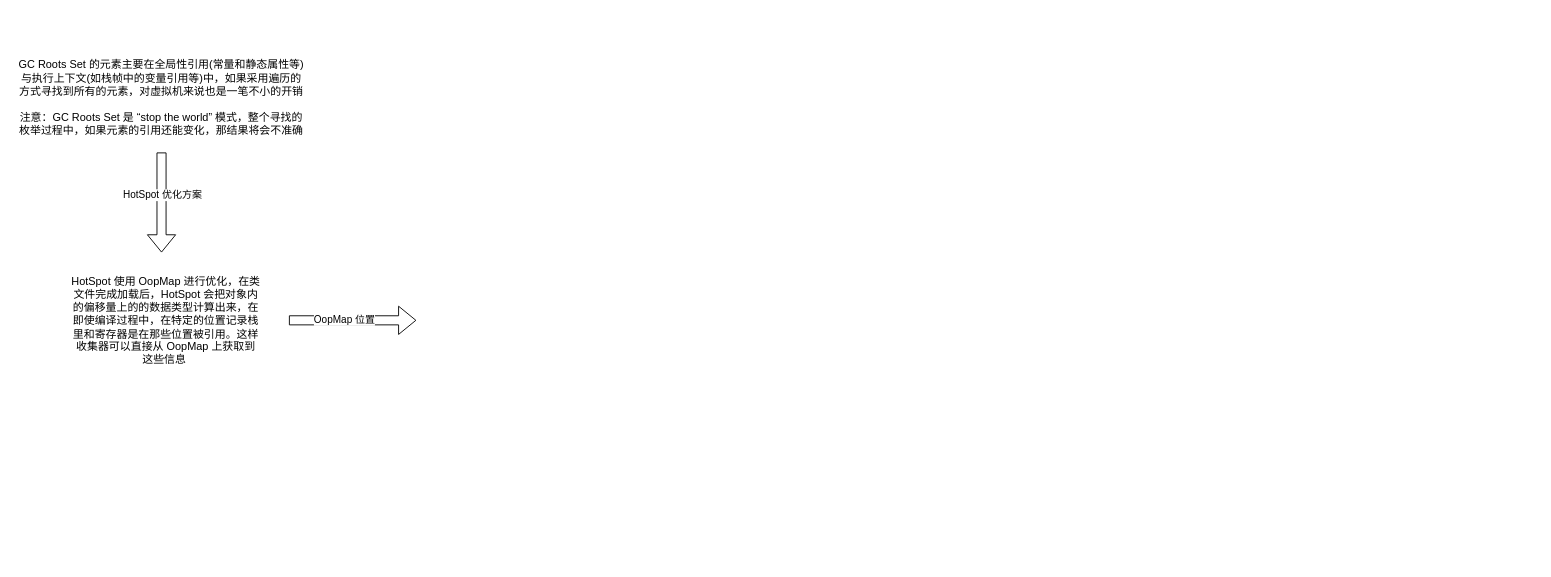
Earlier version of the draw.io diagram page "HotSpot" (3 of 3) of Java/JVM.drawio (wubinglong9716/NoteBook). Source tidied: cells renumbered, new cells numbered last; positions are measured from the earlier drawing's top-left corner, leaving out a move shared by most shapes. Both pictures are drawn from the tidied source at 91%, with x=0, y=0 at pixel (15, 52).
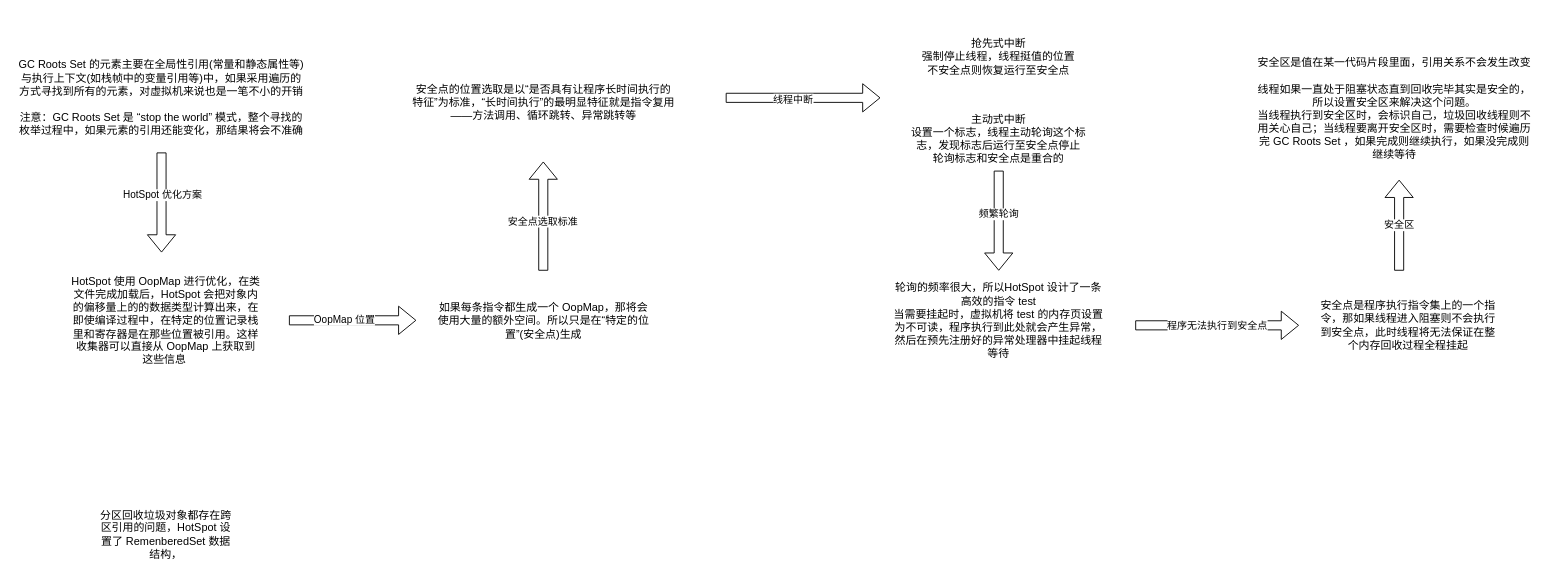
After the change.

Diff of the diagram source:
```diff
@@
+    <mxCell id="8" value="如果每条指令都生成一个 OopMap，那将会使用大量的额外空间。所以只是在“特定的位置”(安全点)生成" style="text;html=1;strokeColor=none;fillColor=none;align=center;verticalAlign=middle;whiteSpace=wrap;rounded=0;" parent="1" vertex="1">
+      <mxGeometry x="460" y="240" width="240" height="110" as="geometry" />
+    </mxCell>
+    <mxCell id="9" style="shape=flexArrow;endArrow=classic;html=1;" parent="1" edge="1">
+      <mxGeometry relative="1" as="geometry">
+        <mxPoint x="579.5" y="240" as="sourcePoint" />
+        <mxPoint x="579.5" y="120" as="targetPoint" />
+      </mxGeometry>
+    </mxCell>
+    <mxCell id="10" value="安全点选取标准" style="edgeLabel;html=1;align=center;verticalAlign=middle;" parent="9" vertex="1">
+      <mxGeometry x="-0.08" y="-1" relative="1" as="geometry">
+        <mxPoint x="-2" as="offset" />
+      </mxGeometry>
+    </mxCell>
+    <mxCell id="11" value="安全点的位置选取是以“是否具有让程序长时间执行的特征”为标准，“长时间执行”的最明显特征就是指令复用——方法调用、循环跳转、异常跳转等" style="text;html=1;strokeColor=none;fillColor=none;align=center;verticalAlign=middle;whiteSpace=wrap;rounded=0;" parent="1" vertex="1">
+      <mxGeometry x="435" y="10" width="290" height="90" as="geometry" />
+    </mxCell>
+    <mxCell id="12" style="shape=flexArrow;endArrow=classic;html=1;" parent="1" edge="1">
+      <mxGeometry relative="1" as="geometry">
+        <mxPoint x="780" y="50" as="sourcePoint" />
+        <mxPoint x="950" y="50" as="targetPoint" />
+      </mxGeometry>
+    </mxCell>
+    <mxCell id="13" value="线程中断" style="edgeLabel;html=1;align=center;verticalAlign=middle;" parent="12" vertex="1">
+      <mxGeometry x="-0.14" y="-1" relative="1" as="geometry" />
+    </mxCell>
+    <mxCell id="14" value="抢先式中断&lt;br&gt;强制停止线程，线程挺值的位置不安全点则恢复运行至安全点" style="text;html=1;strokeColor=none;fillColor=none;align=center;verticalAlign=middle;whiteSpace=wrap;rounded=0;" parent="1" vertex="1">
+      <mxGeometry x="990" y="-40" width="180" height="90" as="geometry" />
+    </mxCell>
+    <mxCell id="15" value="主动式中断&lt;br&gt;设置一个标志，线程主动轮询这个标志，发现标志后运行至安全点停止&lt;br&gt;轮询标志和安全点是重合的" style="text;html=1;strokeColor=none;fillColor=none;align=center;verticalAlign=middle;whiteSpace=wrap;rounded=0;" parent="1" vertex="1">
+      <mxGeometry x="980" y="70" width="200" height="50" as="geometry" />
+    </mxCell>
+    <mxCell id="16" style="shape=flexArrow;endArrow=classic;html=1;" parent="1" edge="1">
+      <mxGeometry relative="1" as="geometry">
+        <mxPoint x="1080" y="130" as="sourcePoint" />
+        <mxPoint x="1080" y="240" as="targetPoint" />
+      </mxGeometry>
+    </mxCell>
+    <mxCell id="17" value="频繁轮询" style="edgeLabel;html=1;align=center;verticalAlign=middle;" parent="16" vertex="1">
+      <mxGeometry x="-0.15" y="-2" relative="1" as="geometry">
+        <mxPoint x="1" as="offset" />
+      </mxGeometry>
+    </mxCell>
+    <mxCell id="18" value="轮询的频率很大，所以HotSpot 设计了一条高效的指令 test&lt;br&gt;当需要挂起时，虚拟机将 test 的内存页设置为不可读，程序执行到此处就会产生异常，然后在预先注册好的异常处理器中挂起线程等待" style="text;html=1;strokeColor=none;fillColor=none;align=center;verticalAlign=middle;whiteSpace=wrap;rounded=0;" parent="1" vertex="1">
+      <mxGeometry x="960" y="255" width="240" height="80" as="geometry" />
+    </mxCell>
+    <mxCell id="19" value="程序无法执行到安全点" style="shape=flexArrow;endArrow=classic;html=1;" parent="1" edge="1">
+      <mxGeometry relative="1" as="geometry">
+        <mxPoint x="1230" y="300" as="sourcePoint" />
+        <mxPoint x="1410" y="300" as="targetPoint" />
+      </mxGeometry>
+    </mxCell>
+    <mxCell id="20" value="安全点是程序执行指令集上的一个指令，那如果线程进入阻塞则不会执行到安全点，此时线程将无法保证在整个内存回收过程全程挂起" style="text;html=1;strokeColor=none;fillColor=none;align=center;verticalAlign=middle;whiteSpace=wrap;rounded=0;" parent="1" vertex="1">
+      <mxGeometry x="1430" y="240" width="200" height="120" as="geometry" />
+    </mxCell>
+    <mxCell id="21" value="安全区" style="shape=flexArrow;endArrow=classic;html=1;" parent="1" edge="1">
+      <mxGeometry relative="1" as="geometry">
+        <mxPoint x="1520" y="240" as="sourcePoint" />
+        <mxPoint x="1520" y="140" as="targetPoint" />
+      </mxGeometry>
+    </mxCell>
+    <mxCell id="22" value="&lt;br&gt;安全区是值在某一代码片段里面，引用关系不会发生改变&lt;br&gt;&lt;br&gt;线程如果一直处于阻塞状态直到回收完毕其实是安全的，所以设置安全区来解决这个问题。&lt;br&gt;当线程执行到安全区时，会标识自己，垃圾回收线程则不用关心自己；当线程要离开安全区时，需要检查时候遍历完 GC Roots Set ，如果完成则继续执行，如果没完成则继续等待" style="text;html=1;strokeColor=none;fillColor=none;align=center;verticalAlign=middle;whiteSpace=wrap;rounded=0;" parent="1" vertex="1">
+      <mxGeometry x="1360" y="10" width="310" height="90" as="geometry" />
+    </mxCell>
+    <mxCell id="23" value="分区回收垃圾对象都存在跨区引用的问题，HotSpot 设置了 RemenberedSet 数据结构，" style="text;html=1;strokeColor=none;fillColor=none;align=center;verticalAlign=middle;whiteSpace=wrap;rounded=0;" parent="1" vertex="1">
+      <mxGeometry x="90" y="500" width="150" height="60" as="geometry" />
+    </mxCell>
```
